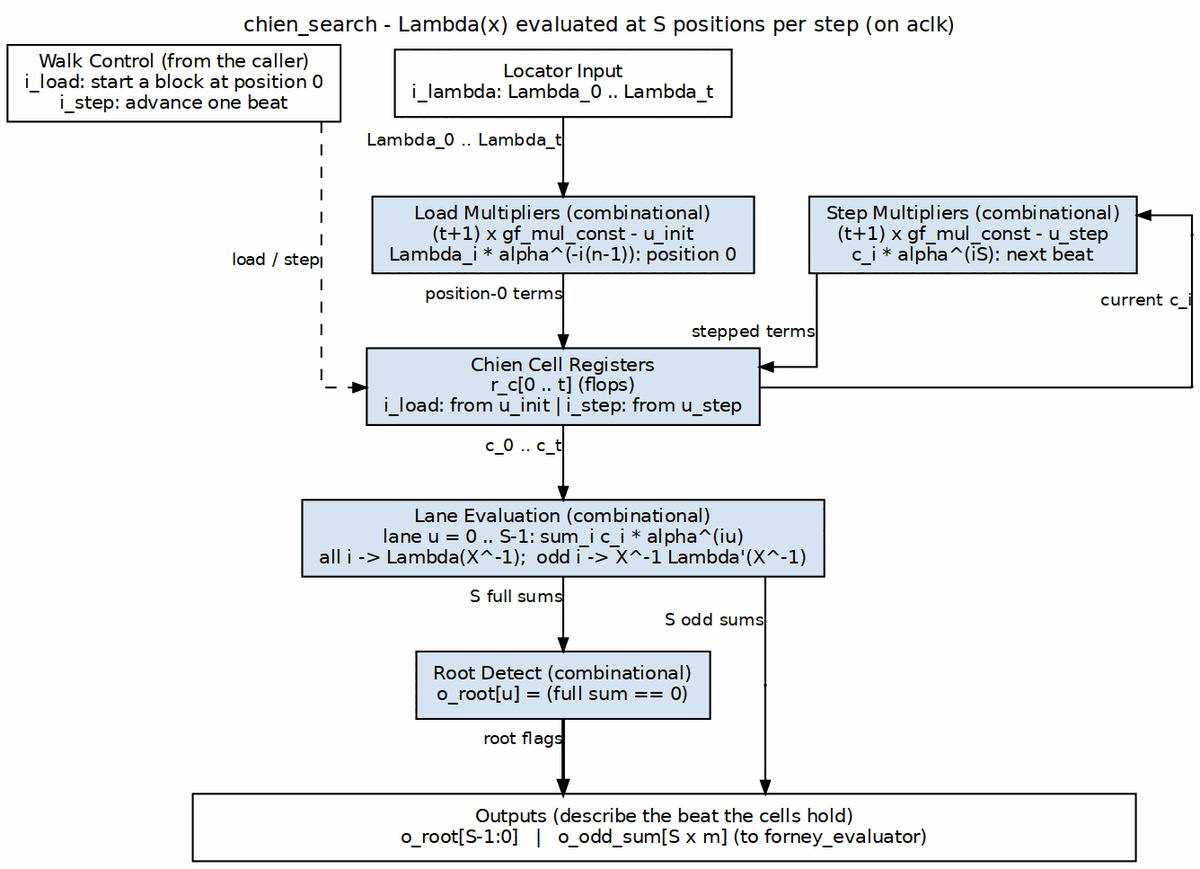
Earlier version of the Graphviz export projects/components/ecc-ip/reed-solomon/docs/reed_solomon_mas/assets/graphviz/rs_chien_search.png (sean-galloway/RTLDesignSherpa). Its source is kept beside it as projects/components/ecc-ip/reed-solomon/docs/reed_solomon_mas/assets/graphviz/rs_chien_search.dot.
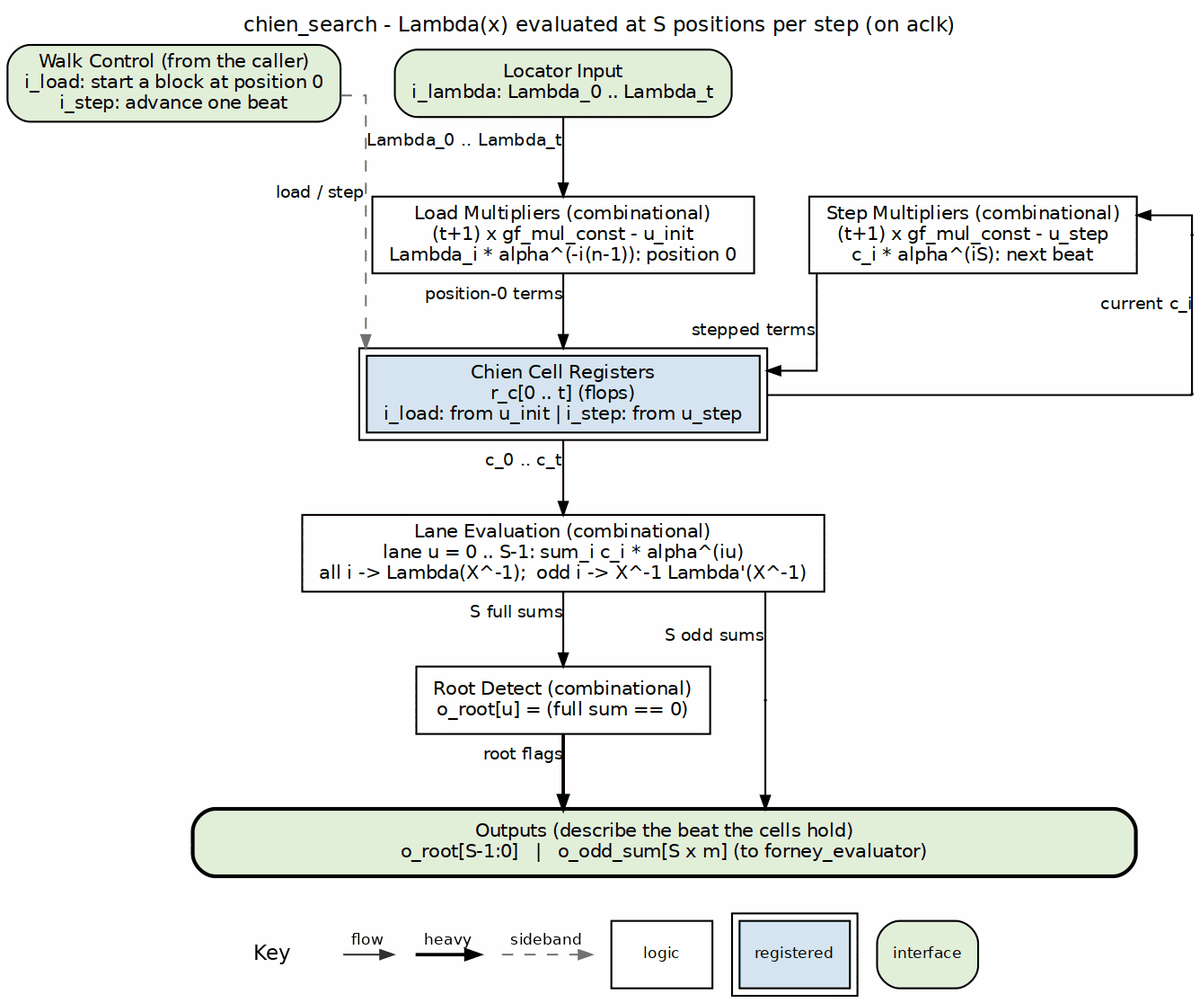
After the change.

What changed in the source:
```diff
@@ -3,21 +3,21 @@
            nodesep="0.40", ranksep="0.55", splines=ortho, newrank=true,
            labelloc=t, labeljust=c];
     node  [fontname="Helvetica", fontsize=10, shape=box, style=filled,
-           fillcolor="#D6E4F0", color="black", margin="0.12,0.06"];
+           fillcolor="white", color="black", margin="0.12,0.06"];
     edge  [fontname="Helvetica", fontsize=9, color="black", arrowsize=0.7];
     label="chien_search - Lambda(x) evaluated at S positions per step (on aclk)";
 
-    in    [label="Locator Input\ni_lambda: Lambda_0 .. Lambda_t", fillcolor="white", group=C];
-    ctl   [label="Walk Control (from the caller)\ni_load: start a block at position 0\ni_step: advance one beat", fillcolor="white", group=L];
+    in    [label="Locator Input\ni_lambda: Lambda_0 .. Lambda_t", fillcolor="white", group=C, style="rounded,filled", fillcolor="#E2EFDA"];
+    ctl   [label="Walk Control (from the caller)\ni_load: start a block at position 0\ni_step: advance one beat", fillcolor="white", group=L, style="rounded,filled", fillcolor="#E2EFDA"];
 
-    init  [label="Load Multipliers (combinational)\n(t+1) x gf_mul_const - u_init\nLambda_i * alpha^(-i(n-1)): position 0", group=C];
-    step  [label="Step Multipliers (combinational)\n(t+1) x gf_mul_const - u_step\nc_i * alpha^(iS): next beat", group=R];
-    cells [label="Chien Cell Registers\nr_c[0 .. t] (flops)\ni_load: from u_init | i_step: from u_step", group=C];
-    lanes [label="Lane Evaluation (combinational)\nlane u = 0 .. S-1: sum_i c_i * alpha^(iu)\nall i -> Lambda(X^-1);  odd i -> X^-1 Lambda'(X^-1)", group=C];
-    root  [label="Root Detect (combinational)\no_root[u] = (full sum == 0)", group=C];
+    init  [label="Load Multipliers (combinational)\n(t+1) x gf_mul_const - u_init\nLambda_i * alpha^(-i(n-1)): position 0", group=C, style="filled", fillcolor="white"];
+    step  [label="Step Multipliers (combinational)\n(t+1) x gf_mul_const - u_step\nc_i * alpha^(iS): next beat", group=R, style="filled", fillcolor="white"];
+    cells [label="Chien Cell Registers\nr_c[0 .. t] (flops)\ni_load: from u_init | i_step: from u_step", group=C, peripheries=2, style="filled", fillcolor="#D6E4F0"];
+    lanes [label="Lane Evaluation (combinational)\nlane u = 0 .. S-1: sum_i c_i * alpha^(iu)\nall i -> Lambda(X^-1);  odd i -> X^-1 Lambda'(X^-1)", group=C, style="filled", fillcolor="white"];
+    root  [label="Root Detect (combinational)\no_root[u] = (full sum == 0)", group=C, style="filled", fillcolor="white"];
 
     bar   [label="Outputs (describe the beat the cells hold)\no_root[S-1:0]   |   o_odd_sum[S x m] (to forney_evaluator)",
-           fillcolor="white", width=7.0];
+           fillcolor="white", width=7.0, style="rounded,filled,bold", fillcolor="#E2EFDA"];
 
     in    -> init  [xlabel="Lambda_0 .. Lambda_t"];
     init  -> cells [xlabel="position-0 terms"];
@@ -36,7 +36,7 @@
     p_f1  -> step [tailclip=false];
     step  -> cells [xlabel="stepped terms"];
 
-    ctl   -> cells [style=dashed, xlabel="load / step"];
+    ctl   -> cells [style=dashed, color="#777777", xlabel="load / step"];
 
     { rank=same; in; ctl; }
     { rank=same; init; step; p_f1; }
```
